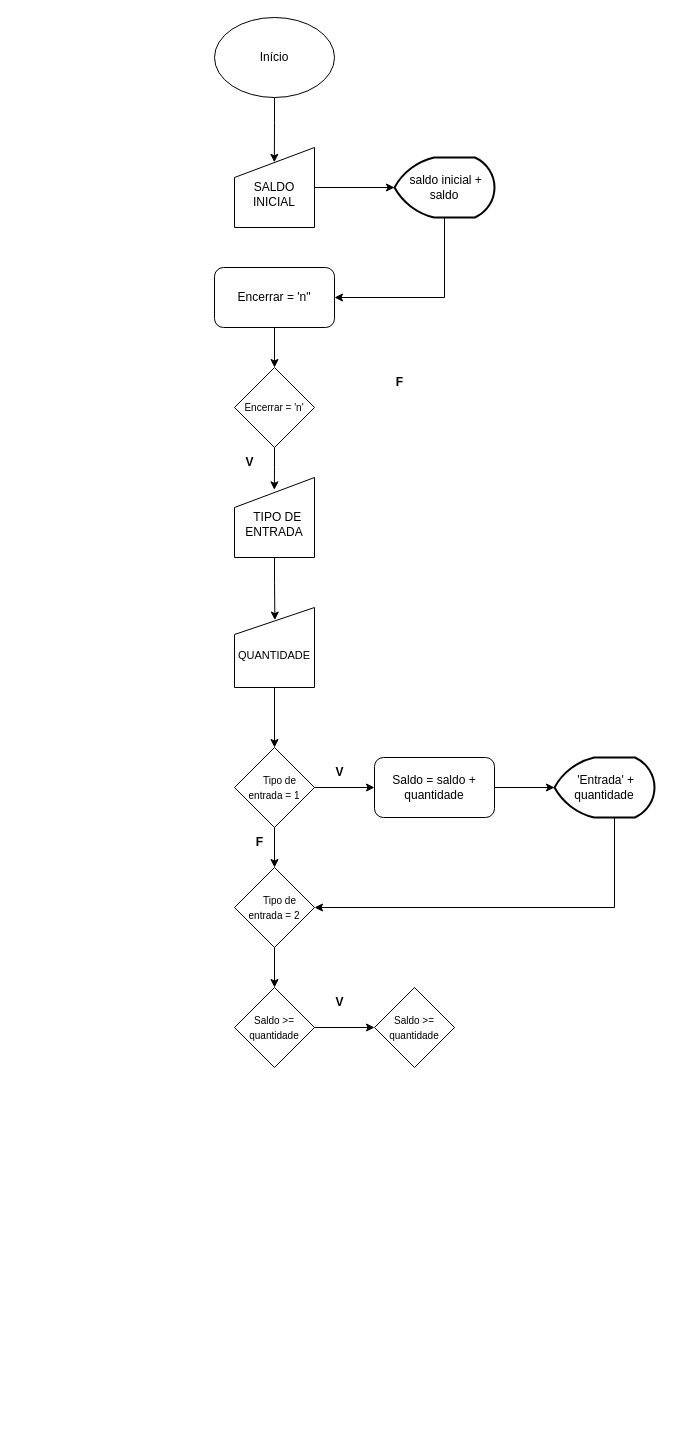
Above: Diagrama de Controle de Peças.drawio in ramon-negreiros/fluxogramas (draw.io), before the change. Source tidied: cells renumbered, new cells numbered last; positions are measured from the earlier drawing's top-left corner, leaving out a move shared by most shapes. Both pictures are drawn from the tidied source at 100%, with x=0, y=0 at pixel (214, 17).
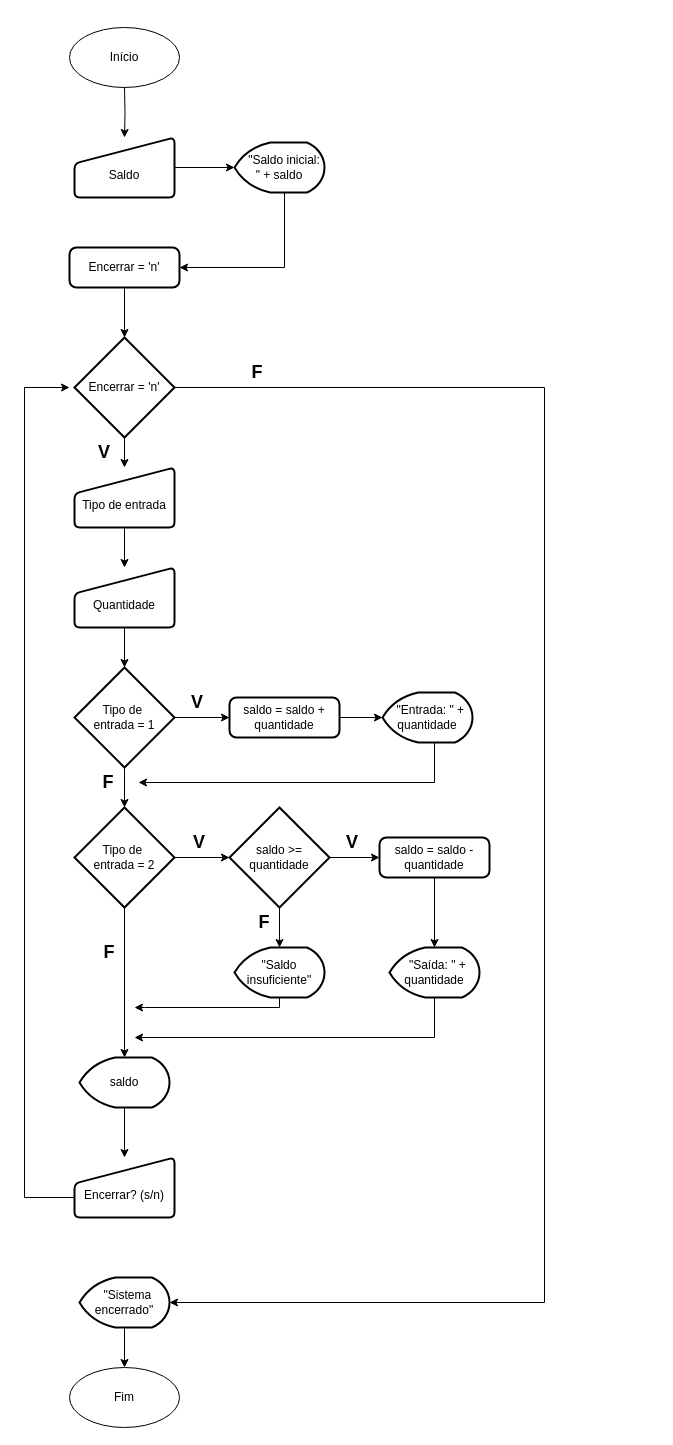
After the change.

Diff of the diagram source:
```diff
@@
-    <mxCell id="2" value="Início" style="ellipse;whiteSpace=wrap;html=1;" parent="1" vertex="1">
-      <mxGeometry width="120" height="80" as="geometry" />
-    </mxCell>
-    <mxCell id="3" value="&lt;div&gt;&lt;br&gt;&lt;/div&gt;SALDO INICIAL" style="shape=manualInput;whiteSpace=wrap;html=1;" parent="1" vertex="1">
-      <mxGeometry x="20" y="130" width="80" height="80" as="geometry" />
-    </mxCell>
-    <mxCell id="4" style="edgeStyle=orthogonalEdgeStyle;rounded=0;jettySize=auto;html=1;entryX=1;entryY=0.5;entryDx=0;entryDy=0;" parent="1" edge="1" source="5" target="10">
-      <mxGeometry relative="1" as="geometry">
-        <Array as="points">
-          <mxPoint x="230" y="280" />
-        </Array>
-      </mxGeometry>
-    </mxCell>
-    <mxCell id="5" value="&amp;nbsp;saldo inicial + saldo" style="strokeWidth=2;html=1;shape=mxgraph.flowchart.display;whiteSpace=wrap;" parent="1" vertex="1">
-      <mxGeometry x="180" y="140" width="100" height="60" as="geometry" />
-    </mxCell>
-    <mxCell id="6" style="edgeStyle=orthogonalEdgeStyle;rounded=0;jettySize=auto;html=1;entryX=0;entryY=0.5;entryDx=0;entryDy=0;entryPerimeter=0;" parent="1" edge="1" source="3" target="5">
-      <mxGeometry relative="1" as="geometry" />
-    </mxCell>
-    <mxCell id="7" value="&lt;font style=&quot;font-size: 10px;&quot;&gt;Encerrar = 'n'&lt;/font&gt;" style="rhombus;whiteSpace=wrap;html=1;" parent="1" vertex="1">
-      <mxGeometry x="20" y="350" width="80" height="80" as="geometry" />
-    </mxCell>
-    <mxCell id="8" value="&amp;nbsp;&amp;nbsp;&lt;div&gt;&amp;nbsp; TIPO DE ENTRADA&lt;/div&gt;" style="shape=manualInput;whiteSpace=wrap;html=1;" parent="1" vertex="1">
-      <mxGeometry x="20" y="460" width="80" height="80" as="geometry" />
-    </mxCell>
-    <mxCell id="9" style="edgeStyle=orthogonalEdgeStyle;rounded=0;jettySize=auto;html=1;entryX=0.5;entryY=0;entryDx=0;entryDy=0;" parent="1" edge="1" source="10" target="7">
-      <mxGeometry relative="1" as="geometry" />
-    </mxCell>
-    <mxCell id="10" value="Encerrar = 'n&quot;" style="rounded=1;whiteSpace=wrap;html=1;" parent="1" vertex="1">
-      <mxGeometry y="250" width="120" height="60" as="geometry" />
-    </mxCell>
-    <mxCell id="11" style="edgeStyle=orthogonalEdgeStyle;rounded=0;jettySize=auto;html=1;entryX=0.498;entryY=0.154;entryDx=0;entryDy=0;entryPerimeter=0;" parent="1" edge="1" source="7" target="8">
-      <mxGeometry relative="1" as="geometry" />
-    </mxCell>
-    <mxCell id="12" style="edgeStyle=orthogonalEdgeStyle;rounded=0;jettySize=auto;html=1;entryX=0.498;entryY=0.185;entryDx=0;entryDy=0;entryPerimeter=0;" parent="1" edge="1" source="2" target="3">
-      <mxGeometry relative="1" as="geometry" />
-    </mxCell>
-    <mxCell id="13" style="edgeStyle=orthogonalEdgeStyle;rounded=0;jettySize=auto;html=1;entryX=0.5;entryY=0;entryDx=0;entryDy=0;" parent="1" edge="1" source="14" target="17">
-      <mxGeometry relative="1" as="geometry" />
-    </mxCell>
-    <mxCell id="14" value="&lt;div&gt;&lt;font style=&quot;font-size: 11px;&quot;&gt;&lt;br&gt;&lt;/font&gt;&lt;/div&gt;&lt;font style=&quot;font-size: 11px;&quot;&gt;QUANTIDADE&lt;/font&gt;" style="shape=manualInput;whiteSpace=wrap;html=1;size=27;" parent="1" vertex="1">
-      <mxGeometry x="20" y="590" width="80" height="80" as="geometry" />
-    </mxCell>
-    <mxCell id="15" style="edgeStyle=orthogonalEdgeStyle;rounded=0;jettySize=auto;html=1;entryX=0;entryY=0.5;entryDx=0;entryDy=0;" parent="1" edge="1" source="17" target="18">
-      <mxGeometry relative="1" as="geometry" />
-    </mxCell>
+    <mxCell id="33" style="edgeStyle=orthogonalEdgeStyle;rounded=0;jettySize=auto;html=1;" parent="1" edge="1" target="35">
+      <mxGeometry relative="1" as="geometry">
+        <mxPoint x="-90" y="70" as="sourcePoint" />
+      </mxGeometry>
+    </mxCell>
+    <mxCell id="34" style="edgeStyle=orthogonalEdgeStyle;rounded=0;jettySize=auto;html=1;" parent="1" edge="1" source="35" target="37">
+      <mxGeometry relative="1" as="geometry" />
+    </mxCell>
+    <mxCell id="35" value="&lt;div&gt;&lt;br&gt;&lt;/div&gt;Saldo" style="html=1;strokeWidth=2;shape=manualInput;whiteSpace=wrap;rounded=1;size=26;arcSize=11;" parent="1" vertex="1">
+      <mxGeometry x="-140" y="120" width="100" height="60" as="geometry" />
+    </mxCell>
+    <mxCell id="36" style="edgeStyle=orthogonalEdgeStyle;rounded=0;jettySize=auto;html=1;entryX=1;entryY=0.5;entryDx=0;entryDy=0;" parent="1" edge="1" source="37" target="39">
+      <mxGeometry relative="1" as="geometry">
+        <Array as="points">
+          <mxPoint x="70" y="250" />
+        </Array>
+      </mxGeometry>
+    </mxCell>
+    <mxCell id="37" value="&lt;div&gt;&lt;span style=&quot;background-color: transparent; color: light-dark(rgb(0, 0, 0), rgb(255, 255, 255));&quot;&gt;&amp;nbsp; &amp;nbsp;&quot;Saldo inicial: &quot; + saldo&lt;/span&gt;&lt;/div&gt;" style="strokeWidth=2;html=1;shape=mxgraph.flowchart.display;whiteSpace=wrap;" parent="1" vertex="1">
+      <mxGeometry x="20" y="125" width="90" height="50" as="geometry" />
+    </mxCell>
+    <mxCell id="38" style="edgeStyle=orthogonalEdgeStyle;rounded=0;jettySize=auto;html=1;" parent="1" edge="1" source="39" target="41">
+      <mxGeometry relative="1" as="geometry" />
+    </mxCell>
+    <mxCell id="39" value="Encerrar = 'n'" style="rounded=1;whiteSpace=wrap;html=1;absoluteArcSize=1;arcSize=14;strokeWidth=2;" parent="1" vertex="1">
+      <mxGeometry x="-145" y="230" width="110" height="40" as="geometry" />
+    </mxCell>
+    <mxCell id="40" style="edgeStyle=orthogonalEdgeStyle;rounded=0;jettySize=auto;html=1;" parent="1" edge="1" source="41" target="43">
+      <mxGeometry relative="1" as="geometry" />
+    </mxCell>
+    <mxCell id="41" value="Encerrar = 'n'" style="strokeWidth=2;html=1;shape=mxgraph.flowchart.decision;whiteSpace=wrap;" parent="1" vertex="1">
+      <mxGeometry x="-140" y="320" width="100" height="100" as="geometry" />
+    </mxCell>
+    <mxCell id="42" style="edgeStyle=orthogonalEdgeStyle;rounded=0;jettySize=auto;html=1;" parent="1" edge="1" source="43" target="45">
+      <mxGeometry relative="1" as="geometry" />
+    </mxCell>
+    <mxCell id="43" value="&lt;div&gt;&lt;br&gt;&lt;/div&gt;Tipo de entrada" style="html=1;strokeWidth=2;shape=manualInput;whiteSpace=wrap;rounded=1;size=26;arcSize=11;" parent="1" vertex="1">
+      <mxGeometry x="-140" y="450" width="100" height="60" as="geometry" />
+    </mxCell>
+    <mxCell id="44" style="edgeStyle=orthogonalEdgeStyle;rounded=0;jettySize=auto;html=1;" parent="1" edge="1" source="45" target="17">
+      <mxGeometry relative="1" as="geometry" />
+    </mxCell>
+    <mxCell id="45" value="&lt;div&gt;&lt;br&gt;&lt;/div&gt;Quantidade" style="html=1;strokeWidth=2;shape=manualInput;whiteSpace=wrap;rounded=1;size=26;arcSize=11;" parent="1" vertex="1">
+      <mxGeometry x="-140" y="550" width="100" height="60" as="geometry" />
+    </mxCell>
+    <mxCell id="46" style="edgeStyle=orthogonalEdgeStyle;rounded=0;jettySize=auto;html=1;" parent="1" edge="1" source="17" target="48">
+      <mxGeometry relative="1" as="geometry" />
+    </mxCell>
-    <mxCell id="16" style="edgeStyle=orthogonalEdgeStyle;rounded=0;jettySize=auto;html=1;entryX=0.5;entryY=0;entryDx=0;entryDy=0;" parent="1" edge="1" source="17" target="23">
+    <mxCell id="16" style="edgeStyle=orthogonalEdgeStyle;rounded=0;jettySize=auto;html=1;" parent="1" edge="1" source="17" target="23">
       <mxGeometry relative="1" as="geometry" />
     </mxCell>
-    <mxCell id="17" value="&lt;span style=&quot;font-size: 10px;&quot;&gt;&amp;nbsp; &amp;nbsp; Tipo de entrada = 1&lt;/span&gt;" style="rhombus;whiteSpace=wrap;html=1;" parent="1" vertex="1">
-      <mxGeometry x="20" y="730" width="80" height="80" as="geometry" />
+    <mxCell id="17" value="Tipo de&amp;nbsp;&lt;div&gt;entrada = 1&lt;/div&gt;" style="strokeWidth=2;html=1;shape=mxgraph.flowchart.decision;whiteSpace=wrap;" parent="1" vertex="1">
+      <mxGeometry x="-140" y="650" width="100" height="100" as="geometry" />
     </mxCell>
-    <mxCell id="18" value="Saldo = saldo + quantidade" style="rounded=1;whiteSpace=wrap;html=1;" parent="1" vertex="1">
-      <mxGeometry x="160" y="740" width="120" height="60" as="geometry" />
-    </mxCell>
-    <mxCell id="19" style="edgeStyle=orthogonalEdgeStyle;rounded=0;jettySize=auto;html=1;entryX=1;entryY=0.5;entryDx=0;entryDy=0;" parent="1" edge="1" source="20" target="23">
-      <mxGeometry relative="1" as="geometry">
-        <Array as="points">
-          <mxPoint x="400" y="890" />
-        </Array>
-      </mxGeometry>
-    </mxCell>
-    <mxCell id="20" value="&amp;nbsp;'Entrada' + quantidade" style="strokeWidth=2;html=1;shape=mxgraph.flowchart.display;whiteSpace=wrap;" parent="1" vertex="1">
-      <mxGeometry x="340" y="740" width="100" height="60" as="geometry" />
-    </mxCell>
-    <mxCell id="21" style="edgeStyle=orthogonalEdgeStyle;rounded=0;jettySize=auto;html=1;entryX=0;entryY=0.5;entryDx=0;entryDy=0;entryPerimeter=0;" parent="1" edge="1" source="18" target="20">
-      <mxGeometry relative="1" as="geometry" />
-    </mxCell>
-    <mxCell id="22" style="edgeStyle=orthogonalEdgeStyle;rounded=0;jettySize=auto;html=1;entryX=0.5;entryY=0;entryDx=0;entryDy=0;" parent="1" edge="1" source="23" target="27">
-      <mxGeometry relative="1" as="geometry" />
-    </mxCell>
+    <mxCell id="47" style="edgeStyle=orthogonalEdgeStyle;rounded=0;jettySize=auto;html=1;" parent="1" edge="1" source="48" target="50">
+      <mxGeometry relative="1" as="geometry" />
+    </mxCell>
+    <mxCell id="48" value="saldo = saldo + quantidade" style="rounded=1;whiteSpace=wrap;html=1;absoluteArcSize=1;arcSize=14;strokeWidth=2;" parent="1" vertex="1">
+      <mxGeometry x="15" y="680" width="110" height="40" as="geometry" />
+    </mxCell>
+    <mxCell id="49" style="edgeStyle=orthogonalEdgeStyle;rounded=0;jettySize=auto;html=1;entryX=1;entryY=0.5;entryDx=0;entryDy=0;" parent="1" edge="1" source="50" target="53">
+      <mxGeometry relative="1" as="geometry">
+        <Array as="points">
+          <mxPoint x="220" y="765" />
+        </Array>
+      </mxGeometry>
+    </mxCell>
+    <mxCell id="50" value="&amp;nbsp; &quot;Entrada: &quot; + quantidade" style="strokeWidth=2;html=1;shape=mxgraph.flowchart.display;whiteSpace=wrap;" parent="1" vertex="1">
+      <mxGeometry x="168" y="675" width="90" height="50" as="geometry" />
+    </mxCell>
+    <mxCell id="51" value="&lt;b&gt;&lt;font style=&quot;font-size: 18px;&quot;&gt;V&lt;/font&gt;&lt;/b&gt;" style="text;strokeColor=none;align=center;fillColor=none;html=1;verticalAlign=middle;whiteSpace=wrap;rounded=0;" parent="1" vertex="1">
+      <mxGeometry x="-47" y="670" width="60" height="30" as="geometry" />
+    </mxCell>
+    <mxCell id="52" style="edgeStyle=orthogonalEdgeStyle;rounded=0;jettySize=auto;html=1;" parent="1" edge="1" source="23" target="56">
+      <mxGeometry relative="1" as="geometry" />
+    </mxCell>
-    <mxCell id="23" value="&lt;span style=&quot;font-size: 10px;&quot;&gt;&amp;nbsp; &amp;nbsp; Tipo de entrada = 2&lt;/span&gt;" style="rhombus;whiteSpace=wrap;html=1;" parent="1" vertex="1">
-      <mxGeometry x="20" y="850" width="80" height="80" as="geometry" />
+    <mxCell id="23" value="Tipo de&amp;nbsp;&lt;div&gt;entrada = 2&lt;/div&gt;" style="strokeWidth=2;html=1;shape=mxgraph.flowchart.decision;whiteSpace=wrap;" parent="1" vertex="1">
+      <mxGeometry x="-140" y="790" width="100" height="100" as="geometry" />
     </mxCell>
-    <mxCell id="24" value="V" style="text;html=1;align=center;verticalAlign=middle;strokeColor=none;fillColor=none;fontStyle=1;" parent="1" vertex="1">
-      <mxGeometry x="110" y="740" width="30" height="30" as="geometry" />
-    </mxCell>
-    <mxCell id="25" value="F" style="text;html=1;align=center;verticalAlign=middle;strokeColor=none;fillColor=none;fontStyle=1;" parent="1" vertex="1">
-      <mxGeometry x="30" y="810" width="30" height="30" as="geometry" />
-    </mxCell>
-    <mxCell id="26" style="edgeStyle=orthogonalEdgeStyle;rounded=0;jettySize=auto;html=1;entryX=0;entryY=0.5;entryDx=0;entryDy=0;" parent="1" edge="1" source="27" target="29">
-      <mxGeometry relative="1" as="geometry" />
-    </mxCell>
-    <mxCell id="27" value="&lt;span style=&quot;font-size: 10px;&quot;&gt;Saldo &amp;gt;= quantidade&lt;/span&gt;" style="rhombus;whiteSpace=wrap;html=1;" parent="1" vertex="1">
-      <mxGeometry x="20" y="970" width="80" height="80" as="geometry" />
-    </mxCell>
-    <mxCell id="28" value="V" style="text;html=1;align=center;verticalAlign=middle;strokeColor=none;fillColor=none;fontStyle=1;" parent="1" vertex="1">
-      <mxGeometry x="110" y="970" width="30" height="30" as="geometry" />
-    </mxCell>
-    <mxCell id="29" value="&lt;span style=&quot;font-size: 10px;&quot;&gt;Saldo &amp;gt;= quantidade&lt;/span&gt;" style="rhombus;whiteSpace=wrap;html=1;" parent="1" vertex="1">
-      <mxGeometry x="160" y="970" width="80" height="80" as="geometry" />
-    </mxCell>
-    <mxCell id="30" value="F" style="text;html=1;align=center;verticalAlign=middle;strokeColor=none;fillColor=none;fontStyle=1;" parent="1" vertex="1">
-      <mxGeometry x="170" y="350" width="30" height="30" as="geometry" />
-    </mxCell>
-    <mxCell id="31" value="V" style="text;html=1;align=center;verticalAlign=middle;strokeColor=none;fillColor=none;fontStyle=1;" parent="1" vertex="1">
-      <mxGeometry x="20" y="430" width="30" height="30" as="geometry" />
-    </mxCell>
-    <mxCell id="32" style="edgeStyle=orthogonalEdgeStyle;rounded=0;jettySize=auto;html=1;entryX=0.505;entryY=0.157;entryDx=0;entryDy=0;entryPerimeter=0;" parent="1" edge="1" source="8" target="14">
-      <mxGeometry relative="1" as="geometry" />
-    </mxCell>
+    <mxCell id="53" value="&lt;b&gt;&lt;font style=&quot;font-size: 18px;&quot;&gt;F&lt;/font&gt;&lt;/b&gt;" style="text;strokeColor=none;align=center;fillColor=none;html=1;verticalAlign=middle;whiteSpace=wrap;rounded=0;" parent="1" vertex="1">
+      <mxGeometry x="-136" y="750" width="60" height="30" as="geometry" />
+    </mxCell>
+    <mxCell id="54" style="edgeStyle=orthogonalEdgeStyle;rounded=0;jettySize=auto;html=1;" parent="1" edge="1" source="56" target="59">
+      <mxGeometry relative="1" as="geometry" />
+    </mxCell>
+    <mxCell id="55" style="edgeStyle=orthogonalEdgeStyle;rounded=0;jettySize=auto;html=1;" parent="1" edge="1" source="56" target="62">
+      <mxGeometry relative="1" as="geometry" />
+    </mxCell>
+    <mxCell id="56" value="saldo &amp;gt;= quantidade" style="strokeWidth=2;html=1;shape=mxgraph.flowchart.decision;whiteSpace=wrap;" parent="1" vertex="1">
+      <mxGeometry x="15" y="790" width="100" height="100" as="geometry" />
+    </mxCell>
+    <mxCell id="57" value="&lt;b&gt;&lt;font style=&quot;font-size: 18px;&quot;&gt;V&lt;/font&gt;&lt;/b&gt;" style="text;strokeColor=none;align=center;fillColor=none;html=1;verticalAlign=middle;whiteSpace=wrap;rounded=0;" parent="1" vertex="1">
+      <mxGeometry x="-45" y="810" width="60" height="30" as="geometry" />
+    </mxCell>
+    <mxCell id="58" style="edgeStyle=orthogonalEdgeStyle;rounded=0;jettySize=auto;html=1;" parent="1" edge="1" source="59" target="65">
+      <mxGeometry relative="1" as="geometry" />
+    </mxCell>
+    <mxCell id="59" value="saldo = saldo - quantidade" style="rounded=1;whiteSpace=wrap;html=1;absoluteArcSize=1;arcSize=14;strokeWidth=2;" parent="1" vertex="1">
+      <mxGeometry x="165" y="820" width="110" height="40" as="geometry" />
+    </mxCell>
+    <mxCell id="60" value="&lt;b&gt;&lt;font style=&quot;font-size: 18px;&quot;&gt;V&lt;/font&gt;&lt;/b&gt;" style="text;strokeColor=none;align=center;fillColor=none;html=1;verticalAlign=middle;whiteSpace=wrap;rounded=0;" parent="1" vertex="1">
+      <mxGeometry x="108" y="810" width="60" height="30" as="geometry" />
+    </mxCell>
+    <mxCell id="61" style="edgeStyle=orthogonalEdgeStyle;rounded=0;jettySize=auto;html=1;" parent="1" edge="1" source="62">
+      <mxGeometry relative="1" as="geometry">
+        <mxPoint x="-80" y="990" as="targetPoint" />
+        <Array as="points">
+          <mxPoint x="65" y="990" />
+          <mxPoint x="-70" y="990" />
+        </Array>
+      </mxGeometry>
+    </mxCell>
+    <mxCell id="62" value="&quot;Saldo insuficiente&quot;" style="strokeWidth=2;html=1;shape=mxgraph.flowchart.display;whiteSpace=wrap;" parent="1" vertex="1">
+      <mxGeometry x="20" y="930" width="90" height="50" as="geometry" />
+    </mxCell>
+    <mxCell id="63" value="&lt;b&gt;&lt;font style=&quot;font-size: 18px;&quot;&gt;F&lt;/font&gt;&lt;/b&gt;" style="text;strokeColor=none;align=center;fillColor=none;html=1;verticalAlign=middle;whiteSpace=wrap;rounded=0;" parent="1" vertex="1">
+      <mxGeometry x="20" y="890" width="60" height="30" as="geometry" />
+    </mxCell>
+    <mxCell id="64" style="edgeStyle=orthogonalEdgeStyle;rounded=0;jettySize=auto;html=1;" parent="1" edge="1" source="65">
+      <mxGeometry relative="1" as="geometry">
+        <mxPoint x="-80" y="1020" as="targetPoint" />
+        <Array as="points">
+          <mxPoint x="220" y="1020" />
+        </Array>
+      </mxGeometry>
+    </mxCell>
+    <mxCell id="65" value="&amp;nbsp; &quot;Saída: &quot; + quantidade" style="strokeWidth=2;html=1;shape=mxgraph.flowchart.display;whiteSpace=wrap;" parent="1" vertex="1">
+      <mxGeometry x="175" y="930" width="90" height="50" as="geometry" />
+    </mxCell>
+    <mxCell id="66" style="edgeStyle=orthogonalEdgeStyle;rounded=0;jettySize=auto;html=1;" parent="1" edge="1" source="67" target="71">
+      <mxGeometry relative="1" as="geometry" />
+    </mxCell>
+    <mxCell id="67" value="saldo" style="strokeWidth=2;html=1;shape=mxgraph.flowchart.display;whiteSpace=wrap;" parent="1" vertex="1">
+      <mxGeometry x="-135" y="1040" width="90" height="50" as="geometry" />
+    </mxCell>
+    <mxCell id="68" style="edgeStyle=orthogonalEdgeStyle;rounded=0;jettySize=auto;html=1;entryX=0.5;entryY=0;entryDx=0;entryDy=0;entryPerimeter=0;" parent="1" edge="1" source="23" target="67">
+      <mxGeometry relative="1" as="geometry" />
+    </mxCell>
+    <mxCell id="69" value="&lt;b&gt;&lt;font style=&quot;font-size: 18px;&quot;&gt;F&lt;/font&gt;&lt;/b&gt;" style="text;strokeColor=none;align=center;fillColor=none;html=1;verticalAlign=middle;whiteSpace=wrap;rounded=0;" parent="1" vertex="1">
+      <mxGeometry x="-135" y="920" width="60" height="30" as="geometry" />
+    </mxCell>
+    <mxCell id="70" style="edgeStyle=orthogonalEdgeStyle;rounded=0;jettySize=auto;html=1;" parent="1" edge="1" source="71">
+      <mxGeometry relative="1" as="geometry">
+        <mxPoint x="-145" y="370" as="targetPoint" />
+        <Array as="points">
+          <mxPoint x="-190" y="1180" />
+          <mxPoint x="-190" y="370" />
+          <mxPoint x="-145" y="370" />
+        </Array>
+      </mxGeometry>
+    </mxCell>
+    <mxCell id="71" value="&lt;div&gt;&lt;br&gt;&lt;/div&gt;Encerrar? (s/n)" style="html=1;strokeWidth=2;shape=manualInput;whiteSpace=wrap;rounded=1;size=26;arcSize=11;" parent="1" vertex="1">
+      <mxGeometry x="-140" y="1140" width="100" height="60" as="geometry" />
+    </mxCell>
+    <mxCell id="72" style="edgeStyle=orthogonalEdgeStyle;rounded=0;jettySize=auto;html=1;" parent="1" edge="1" source="73" target="77">
+      <mxGeometry relative="1" as="geometry" />
+    </mxCell>
+    <mxCell id="73" value="&amp;nbsp; &quot;Sistema encerrado&quot;" style="strokeWidth=2;html=1;shape=mxgraph.flowchart.display;whiteSpace=wrap;" parent="1" vertex="1">
+      <mxGeometry x="-135" y="1260" width="90" height="50" as="geometry" />
+    </mxCell>
+    <mxCell id="74" style="edgeStyle=orthogonalEdgeStyle;rounded=0;jettySize=auto;html=1;entryX=1;entryY=0.5;entryDx=0;entryDy=0;entryPerimeter=0;" parent="1" edge="1" source="41" target="73">
+      <mxGeometry relative="1" as="geometry">
+        <Array as="points">
+          <mxPoint x="330" y="370" />
+          <mxPoint x="330" y="1285" />
+        </Array>
+      </mxGeometry>
+    </mxCell>
+    <mxCell id="75" value="&lt;b&gt;&lt;font style=&quot;font-size: 18px;&quot;&gt;F&lt;/font&gt;&lt;/b&gt;" style="text;strokeColor=none;align=center;fillColor=none;html=1;verticalAlign=middle;whiteSpace=wrap;rounded=0;" parent="1" vertex="1">
+      <mxGeometry x="13" y="340" width="60" height="30" as="geometry" />
+    </mxCell>
+    <mxCell id="76" value="&lt;b&gt;&lt;font style=&quot;font-size: 18px;&quot;&gt;V&lt;/font&gt;&lt;/b&gt;" style="text;strokeColor=none;align=center;fillColor=none;html=1;verticalAlign=middle;whiteSpace=wrap;rounded=0;" parent="1" vertex="1">
+      <mxGeometry x="-140" y="420" width="60" height="30" as="geometry" />
+    </mxCell>
+    <mxCell id="77" value="Fim" style="ellipse;whiteSpace=wrap;html=1;" parent="1" vertex="1">
+      <mxGeometry x="-145" y="1350" width="110" height="60" as="geometry" />
+    </mxCell>
+    <mxCell id="2" value="Início" style="ellipse;whiteSpace=wrap;html=1;" parent="1" vertex="1">
+      <mxGeometry x="-145" y="10" width="110" height="60" as="geometry" />
+    </mxCell>
```
